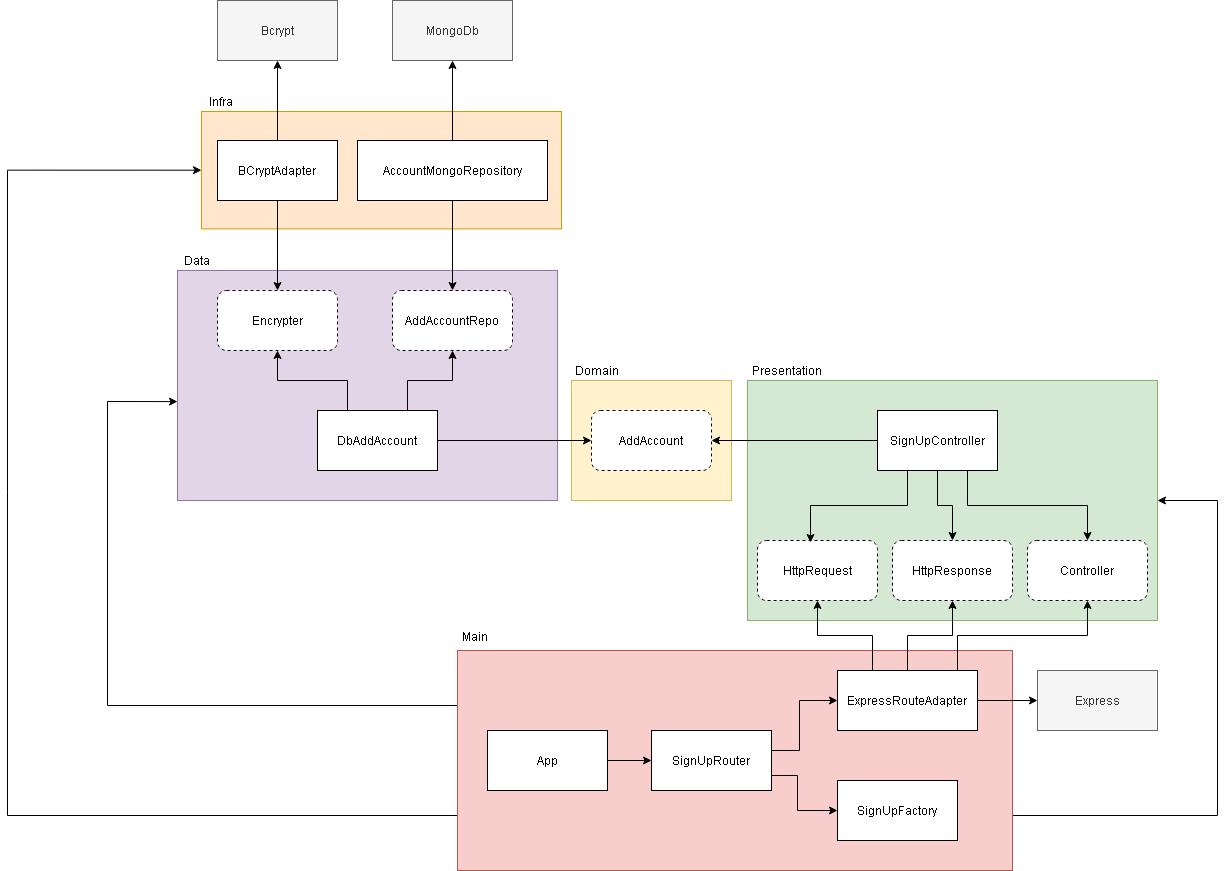
Before: diagrams/Signup.png, a diagram exported from draw.io (Lpfigueiredo/caixa-virtual-api). Source tidied: cells renumbered, new cells last; positions are measured from the earlier drawing's top-left corner, leaving out a move shared by most shapes.
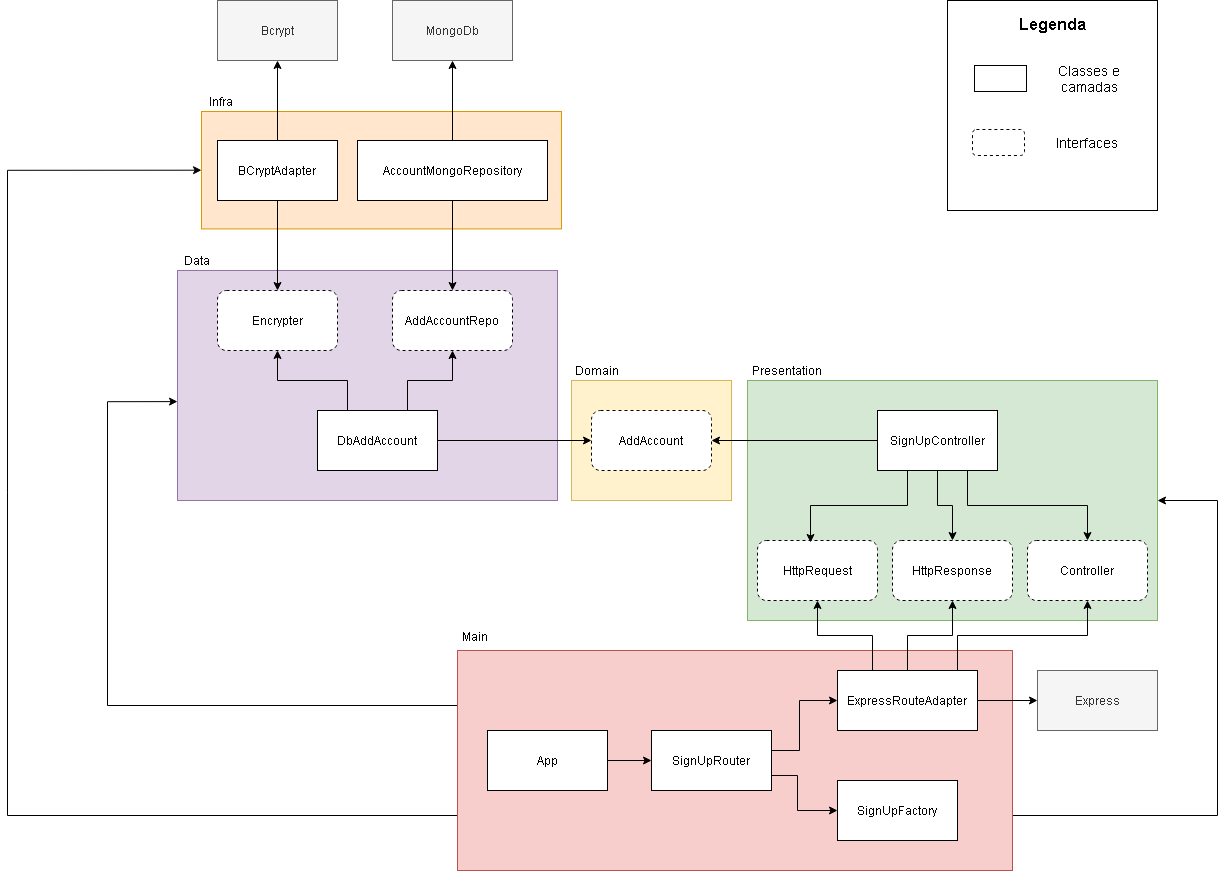
Above is the later version.

The edit, as a diff of the source:
```diff
@@ -178,5 +178,23 @@
     <mxCell id="49" value="Infra" style="text;html=1;strokeColor=none;fillColor=none;align=center;verticalAlign=middle;whiteSpace=wrap;rounded=0;" parent="1" vertex="1">
       <mxGeometry x="194" y="91" width="40" height="20" as="geometry" />
     </mxCell>
+    <mxCell id="50" style="whiteSpace=wrap;html=1;" parent="1" vertex="1">
+      <mxGeometry x="940" width="210" height="210" as="geometry" />
+    </mxCell>
+    <mxCell id="51" style="rounded=0;whiteSpace=wrap;html=1;" parent="1" vertex="1">
+      <mxGeometry x="967" y="65" width="52" height="26" as="geometry" />
+    </mxCell>
+    <mxCell id="52" value="&lt;font style=&quot;font-size: 16px&quot;&gt;&lt;b&gt;Legenda&lt;/b&gt;&lt;/font&gt;" style="text;html=1;strokeColor=none;fillColor=none;align=center;verticalAlign=middle;whiteSpace=wrap;rounded=0;" parent="1" vertex="1">
+      <mxGeometry x="1025" y="14" width="40" height="20" as="geometry" />
+    </mxCell>
+    <mxCell id="53" value="&lt;font style=&quot;font-size: 14px&quot;&gt;Classes e camadas&lt;/font&gt;" style="text;html=1;strokeColor=none;fillColor=none;align=center;verticalAlign=middle;whiteSpace=wrap;rounded=0;" parent="1" vertex="1">
+      <mxGeometry x="1037" y="68" width="90" height="20" as="geometry" />
+    </mxCell>
+    <mxCell id="54" style="rounded=1;whiteSpace=wrap;html=1;dashed=1;" parent="1" vertex="1">
+      <mxGeometry x="965" y="129" width="52" height="26" as="geometry" />
+    </mxCell>
+    <mxCell id="55" value="&lt;font style=&quot;font-size: 14px&quot;&gt;Interfaces&lt;/font&gt;" style="text;html=1;strokeColor=none;fillColor=none;align=center;verticalAlign=middle;whiteSpace=wrap;rounded=0;" parent="1" vertex="1">
+      <mxGeometry x="1035" y="132" width="90" height="20" as="geometry" />
+    </mxCell>
   </root>
 </mxGraphModel>
```
